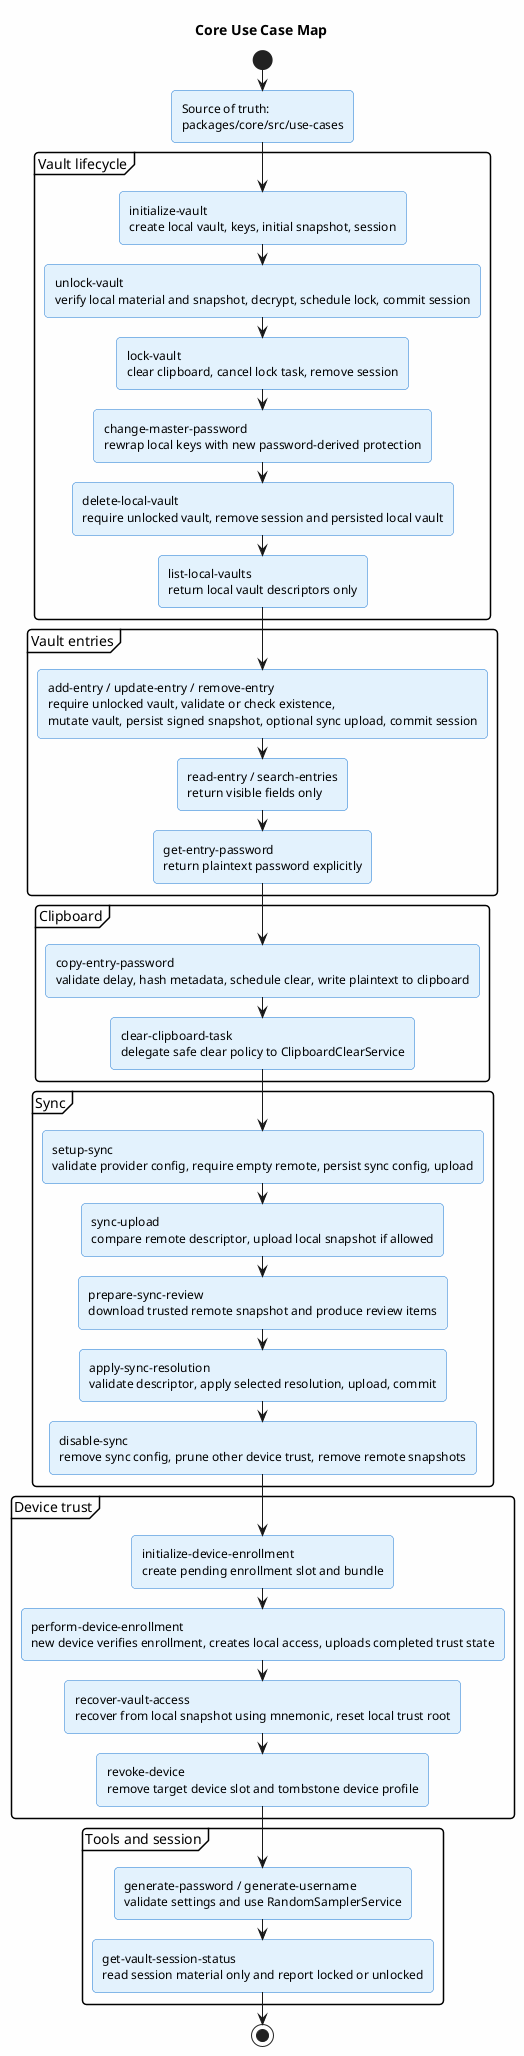
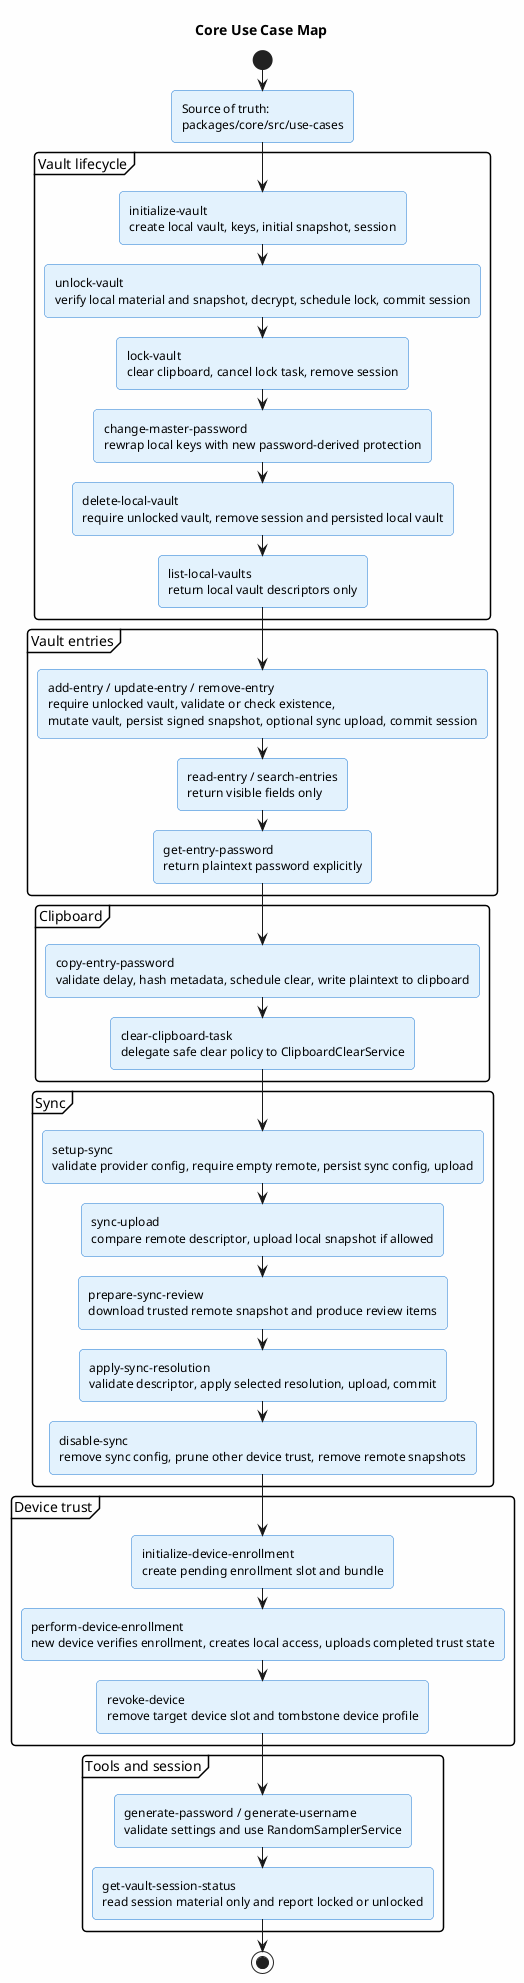
@startuml core-use-case-map
title Core Use Case Map

skinparam backgroundColor #FEFEFE
skinparam roundcorner 8
skinparam shadowing false
skinparam activity {
  BackgroundColor #E3F2FD
  BorderColor #1976D2
}

start
:Source of truth:\npackages/core/src/use-cases;

partition "Vault lifecycle" {
  :initialize-vault\ncreate local vault, keys, initial snapshot, session;
  :unlock-vault\nverify local material and snapshot, decrypt, schedule lock, commit session;
  :lock-vault\nclear clipboard, cancel lock task, remove session;
  :change-master-password\nrewrap local keys with new password-derived protection;
  :delete-local-vault\nrequire unlocked vault, remove session and persisted local vault;
  :list-local-vaults\nreturn local vault descriptors only;
}

partition "Vault entries" {
  :add-entry / update-entry / remove-entry\nrequire unlocked vault, validate or check existence,\nmutate vault, persist signed snapshot, optional sync upload, commit session;
  :read-entry / search-entries\nreturn visible fields only;
  :get-entry-password\nreturn plaintext password explicitly;
}

partition "Clipboard" {
  :copy-entry-password\nvalidate delay, hash metadata, schedule clear, write plaintext to clipboard;
  :clear-clipboard-task\ndelegate safe clear policy to ClipboardClearService;
}

partition "Sync" {
  :setup-sync\nvalidate provider config, require empty remote, persist sync config, upload;
  :sync-upload\ncompare remote descriptor, upload local snapshot if allowed;
  :prepare-sync-review\ndownload trusted remote snapshot and produce review items;
  :apply-sync-resolution\nvalidate descriptor, apply selected resolution, upload, commit;
  :disable-sync\nremove sync config, prune other device trust, remove remote snapshots;
}

partition "Device trust" {
  :initialize-device-enrollment\ncreate pending enrollment slot and bundle;
  :perform-device-enrollment\nnew device verifies enrollment, creates local access, uploads completed trust state;
-   :recover-vault-access\nrecover from local snapshot using mnemonic, reset local trust root;
  :revoke-device\nremove target device slot and tombstone device profile;
}

partition "Tools and session" {
  :generate-password / generate-username\nvalidate settings and use RandomSamplerService;
  :get-vault-session-status\nread session material only and report locked or unlocked;
}

stop
@enduml
